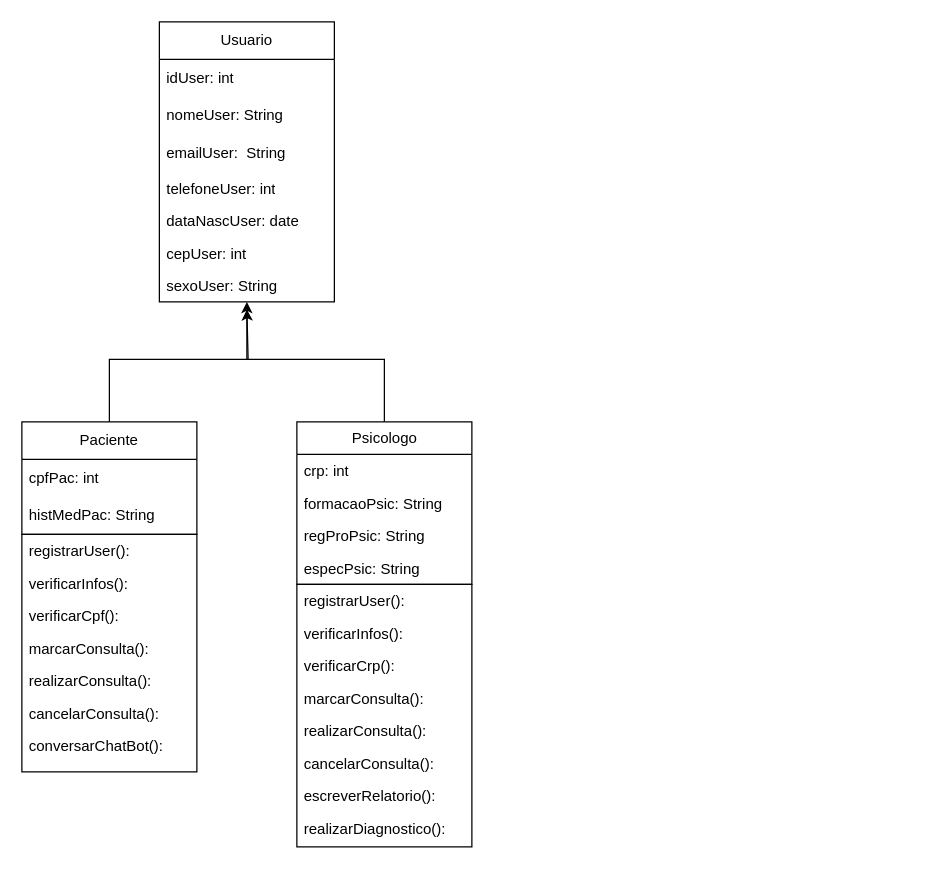
PENEzz/A.O.B.E.M keeps this draw.io diagram as Diagrama sem nome.drawio. Above is the earlier version. Source tidied: cells renumbered, new cells numbered last; positions are measured from the earlier drawing's top-left corner, leaving out a move shared by most shapes. Both pictures are drawn from the tidied source at 125%, with x=0, y=0 at pixel (21, 21).
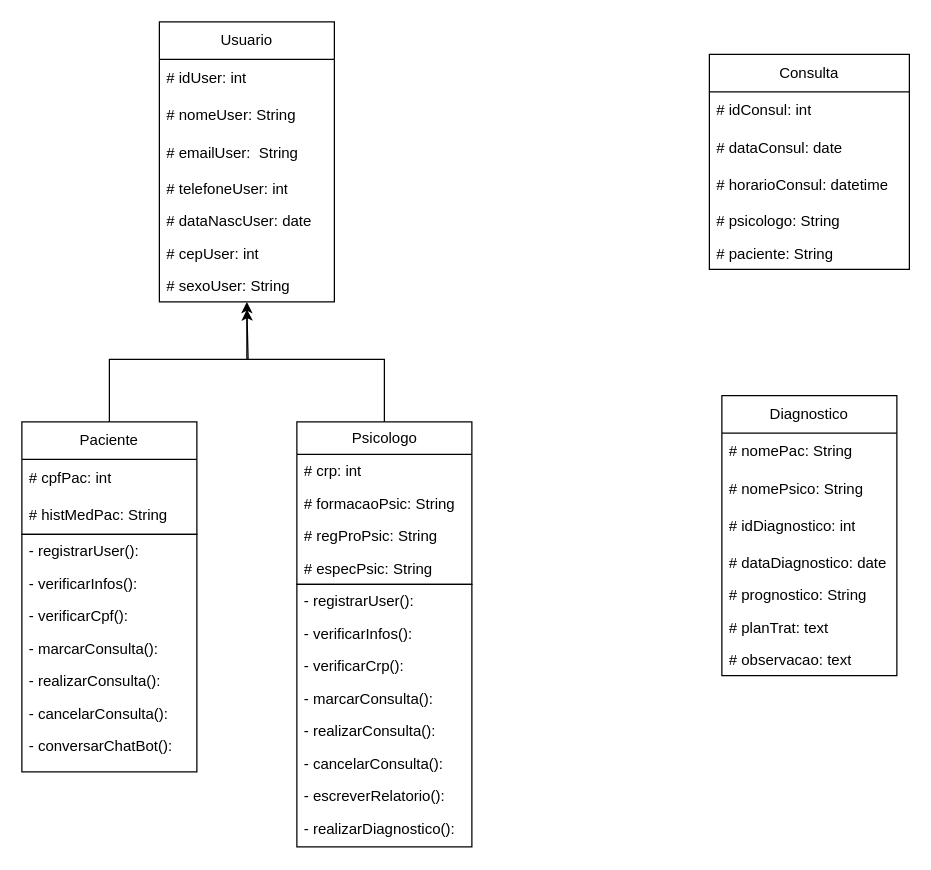
The same diagram, later.

Commit message (it also covers changes not shown here):
diagrama de classe

The change refers to these unchanged cells:
```xml
<mxCell id="2" value="Usuario" style="swimlane;fontStyle=0;horizontal=1;startSize=30;whiteSpace=wrap;html=1;" parent="1" vertex="1">
  <mxGeometry x="110" width="140" height="224" as="geometry" />
</mxCell>
<mxCell id="11" value="Paciente" style="swimlane;fontStyle=0;horizontal=1;startSize=30;whiteSpace=wrap;html=1;" parent="1" vertex="1">
  <mxGeometry y="320" width="140" height="90" as="geometry" />
</mxCell>
<mxCell id="15" value="Psicologo" style="swimlane;fontStyle=0;horizontal=1;startSize=26;fillColor=none;html=1;" parent="1" vertex="1">
  <mxGeometry x="220" y="320" width="140" height="130" as="geometry" />
</mxCell>
```

What changed in the source:
```diff
@@
-    <mxCell id="3" value="idUser: int" style="text;strokeColor=none;fillColor=none;align=left;verticalAlign=middle;spacingLeft=4;spacingRight=4;overflow=hidden;whiteSpace=wrap;html=1;" parent="2" vertex="1">
+    <mxCell id="3" value="# idUser: int" style="text;strokeColor=none;fillColor=none;align=left;verticalAlign=middle;spacingLeft=4;spacingRight=4;overflow=hidden;whiteSpace=wrap;html=1;" parent="2" vertex="1">
       <mxGeometry y="30" width="140" height="30" as="geometry" />
     </mxCell>
-    <mxCell id="4" value="nomeUser: String" style="text;strokeColor=none;fillColor=none;align=left;verticalAlign=middle;spacingLeft=4;spacingRight=4;overflow=hidden;whiteSpace=wrap;html=1;" parent="2" vertex="1">
+    <mxCell id="4" value="#&amp;nbsp;nomeUser: String" style="text;strokeColor=none;fillColor=none;align=left;verticalAlign=middle;spacingLeft=4;spacingRight=4;overflow=hidden;whiteSpace=wrap;html=1;" parent="2" vertex="1">
       <mxGeometry y="60" width="140" height="30" as="geometry" />
     </mxCell>
-    <mxCell id="5" value="emailUser:&amp;nbsp; String" style="text;strokeColor=none;fillColor=none;align=left;verticalAlign=middle;spacingLeft=4;spacingRight=4;overflow=hidden;whiteSpace=wrap;html=1;" parent="2" vertex="1">
+    <mxCell id="5" value="#&amp;nbsp;emailUser:&amp;nbsp; String" style="text;strokeColor=none;fillColor=none;align=left;verticalAlign=middle;spacingLeft=4;spacingRight=4;overflow=hidden;whiteSpace=wrap;html=1;" parent="2" vertex="1">
       <mxGeometry y="90" width="140" height="30" as="geometry" />
     </mxCell>
-    <mxCell id="6" value="telefoneUser: int" style="text;strokeColor=none;fillColor=none;align=left;verticalAlign=top;spacingLeft=4;spacingRight=4;overflow=hidden;whiteSpace=wrap;html=1;" parent="2" vertex="1">
+    <mxCell id="6" value="#&amp;nbsp;telefoneUser: int" style="text;strokeColor=none;fillColor=none;align=left;verticalAlign=top;spacingLeft=4;spacingRight=4;overflow=hidden;whiteSpace=wrap;html=1;" parent="2" vertex="1">
       <mxGeometry y="120" width="140" height="26" as="geometry" />
     </mxCell>
-    <mxCell id="7" value="dataNascUser: date" style="text;strokeColor=none;fillColor=none;align=left;verticalAlign=top;spacingLeft=4;spacingRight=4;overflow=hidden;whiteSpace=wrap;html=1;" parent="2" vertex="1">
+    <mxCell id="7" value="#&amp;nbsp;dataNascUser: date" style="text;strokeColor=none;fillColor=none;align=left;verticalAlign=top;spacingLeft=4;spacingRight=4;overflow=hidden;whiteSpace=wrap;html=1;" parent="2" vertex="1">
       <mxGeometry y="146" width="140" height="26" as="geometry" />
     </mxCell>
-    <mxCell id="8" value="cepUser: int" style="text;strokeColor=none;fillColor=none;align=left;verticalAlign=top;spacingLeft=4;spacingRight=4;overflow=hidden;whiteSpace=wrap;html=1;" parent="2" vertex="1">
+    <mxCell id="8" value="#&amp;nbsp;cepUser: int" style="text;strokeColor=none;fillColor=none;align=left;verticalAlign=top;spacingLeft=4;spacingRight=4;overflow=hidden;whiteSpace=wrap;html=1;" parent="2" vertex="1">
       <mxGeometry y="172" width="140" height="26" as="geometry" />
     </mxCell>
-    <mxCell id="9" value="sexoUser: String" style="text;strokeColor=none;fillColor=none;align=left;verticalAlign=top;spacingLeft=4;spacingRight=4;overflow=hidden;whiteSpace=wrap;html=1;" parent="2" vertex="1">
+    <mxCell id="9" value="#&amp;nbsp;sexoUser: String" style="text;strokeColor=none;fillColor=none;align=left;verticalAlign=top;spacingLeft=4;spacingRight=4;overflow=hidden;whiteSpace=wrap;html=1;" parent="2" vertex="1">
       <mxGeometry y="198" width="140" height="26" as="geometry" />
     </mxCell>
@@
-    <mxCell id="12" value="cpfPac: int" style="text;strokeColor=none;fillColor=none;align=left;verticalAlign=middle;spacingLeft=4;spacingRight=4;overflow=hidden;whiteSpace=wrap;html=1;" parent="11" vertex="1">
+    <mxCell id="12" value="#&amp;nbsp;cpfPac: int" style="text;strokeColor=none;fillColor=none;align=left;verticalAlign=middle;spacingLeft=4;spacingRight=4;overflow=hidden;whiteSpace=wrap;html=1;" parent="11" vertex="1">
       <mxGeometry y="30" width="140" height="30" as="geometry" />
     </mxCell>
-    <mxCell id="13" value="histMedPac: String" style="text;strokeColor=none;fillColor=none;align=left;verticalAlign=middle;spacingLeft=4;spacingRight=4;overflow=hidden;whiteSpace=wrap;html=1;" parent="11" vertex="1">
+    <mxCell id="13" value="#&amp;nbsp;histMedPac: String" style="text;strokeColor=none;fillColor=none;align=left;verticalAlign=middle;spacingLeft=4;spacingRight=4;overflow=hidden;whiteSpace=wrap;html=1;" parent="11" vertex="1">
       <mxGeometry y="60" width="140" height="30" as="geometry" />
     </mxCell>
@@
-    <mxCell id="16" value="crp: int" style="text;strokeColor=none;fillColor=none;align=left;verticalAlign=top;spacingLeft=4;spacingRight=4;overflow=hidden;whiteSpace=wrap;html=1;" parent="15" vertex="1">
+    <mxCell id="16" value="#&amp;nbsp;crp: int" style="text;strokeColor=none;fillColor=none;align=left;verticalAlign=top;spacingLeft=4;spacingRight=4;overflow=hidden;whiteSpace=wrap;html=1;" parent="15" vertex="1">
       <mxGeometry y="26" width="140" height="26" as="geometry" />
     </mxCell>
-    <mxCell id="17" value="formacaoPsic: String" style="text;strokeColor=none;fillColor=none;align=left;verticalAlign=top;spacingLeft=4;spacingRight=4;overflow=hidden;whiteSpace=wrap;html=1;" parent="15" vertex="1">
+    <mxCell id="17" value="#&amp;nbsp;formacaoPsic: String" style="text;strokeColor=none;fillColor=none;align=left;verticalAlign=top;spacingLeft=4;spacingRight=4;overflow=hidden;whiteSpace=wrap;html=1;" parent="15" vertex="1">
       <mxGeometry y="52" width="140" height="26" as="geometry" />
     </mxCell>
-    <mxCell id="18" value="regProPsic: String" style="text;strokeColor=none;fillColor=none;align=left;verticalAlign=top;spacingLeft=4;spacingRight=4;overflow=hidden;whiteSpace=wrap;html=1;" parent="15" vertex="1">
+    <mxCell id="18" value="#&amp;nbsp;regProPsic: String" style="text;strokeColor=none;fillColor=none;align=left;verticalAlign=top;spacingLeft=4;spacingRight=4;overflow=hidden;whiteSpace=wrap;html=1;" parent="15" vertex="1">
       <mxGeometry y="78" width="140" height="26" as="geometry" />
     </mxCell>
-    <mxCell id="19" value="especPsic: String" style="text;strokeColor=none;fillColor=none;align=left;verticalAlign=top;spacingLeft=4;spacingRight=4;overflow=hidden;whiteSpace=wrap;html=1;" parent="15" vertex="1">
+    <mxCell id="19" value="#&amp;nbsp;especPsic: String" style="text;strokeColor=none;fillColor=none;align=left;verticalAlign=top;spacingLeft=4;spacingRight=4;overflow=hidden;whiteSpace=wrap;html=1;" parent="15" vertex="1">
       <mxGeometry y="104" width="140" height="26" as="geometry" />
     </mxCell>
@@
-    <mxCell id="21" value="registrarUser():" style="text;strokeColor=none;fillColor=none;align=left;verticalAlign=top;spacingLeft=4;spacingRight=4;overflow=hidden;whiteSpace=wrap;html=1;" parent="1" vertex="1">
+    <mxCell id="21" value="-&amp;nbsp;registrarUser():" style="text;strokeColor=none;fillColor=none;align=left;verticalAlign=top;spacingLeft=4;spacingRight=4;overflow=hidden;whiteSpace=wrap;html=1;" parent="1" vertex="1">
       <mxGeometry y="410" width="150" height="26" as="geometry" />
     </mxCell>
-    <mxCell id="22" value="verificarInfos():" style="text;strokeColor=none;fillColor=none;align=left;verticalAlign=top;spacingLeft=4;spacingRight=4;overflow=hidden;whiteSpace=wrap;html=1;" parent="1" vertex="1">
+    <mxCell id="22" value="-&amp;nbsp;verificarInfos():" style="text;strokeColor=none;fillColor=none;align=left;verticalAlign=top;spacingLeft=4;spacingRight=4;overflow=hidden;whiteSpace=wrap;html=1;" parent="1" vertex="1">
       <mxGeometry y="436" width="170" height="26" as="geometry" />
     </mxCell>
-    <mxCell id="23" value="verificarCpf():" style="text;strokeColor=none;fillColor=none;align=left;verticalAlign=top;spacingLeft=4;spacingRight=4;overflow=hidden;whiteSpace=wrap;html=1;" parent="1" vertex="1">
+    <mxCell id="23" value="-&amp;nbsp;verificarCpf():" style="text;strokeColor=none;fillColor=none;align=left;verticalAlign=top;spacingLeft=4;spacingRight=4;overflow=hidden;whiteSpace=wrap;html=1;" parent="1" vertex="1">
       <mxGeometry y="462" width="140" height="26" as="geometry" />
     </mxCell>
-    <mxCell id="24" value="realizarConsulta():" style="text;strokeColor=none;fillColor=none;align=left;verticalAlign=top;spacingLeft=4;spacingRight=4;overflow=hidden;whiteSpace=wrap;html=1;" parent="1" vertex="1">
+    <mxCell id="24" value="-&amp;nbsp;realizarConsulta():" style="text;strokeColor=none;fillColor=none;align=left;verticalAlign=top;spacingLeft=4;spacingRight=4;overflow=hidden;whiteSpace=wrap;html=1;" parent="1" vertex="1">
       <mxGeometry y="514" width="160" height="26" as="geometry" />
     </mxCell>
-    <mxCell id="25" value="marcarConsulta():" style="text;strokeColor=none;fillColor=none;align=left;verticalAlign=top;spacingLeft=4;spacingRight=4;overflow=hidden;whiteSpace=wrap;html=1;" parent="1" vertex="1">
+    <mxCell id="25" value="-&amp;nbsp;marcarConsulta():" style="text;strokeColor=none;fillColor=none;align=left;verticalAlign=top;spacingLeft=4;spacingRight=4;overflow=hidden;whiteSpace=wrap;html=1;" parent="1" vertex="1">
       <mxGeometry y="488" width="140" height="26" as="geometry" />
     </mxCell>
-    <mxCell id="26" value="cancelarConsulta():" style="text;strokeColor=none;fillColor=none;align=left;verticalAlign=top;spacingLeft=4;spacingRight=4;overflow=hidden;whiteSpace=wrap;html=1;" parent="1" vertex="1">
+    <mxCell id="26" value="-&amp;nbsp;cancelarConsulta():" style="text;strokeColor=none;fillColor=none;align=left;verticalAlign=top;spacingLeft=4;spacingRight=4;overflow=hidden;whiteSpace=wrap;html=1;" parent="1" vertex="1">
       <mxGeometry y="540" width="160" height="26" as="geometry" />
     </mxCell>
-    <mxCell id="27" value="conversarChatBot():" style="text;strokeColor=none;fillColor=none;align=left;verticalAlign=top;spacingLeft=4;spacingRight=4;overflow=hidden;whiteSpace=wrap;html=1;" parent="1" vertex="1">
+    <mxCell id="27" value="-&amp;nbsp;conversarChatBot():" style="text;strokeColor=none;fillColor=none;align=left;verticalAlign=top;spacingLeft=4;spacingRight=4;overflow=hidden;whiteSpace=wrap;html=1;" parent="1" vertex="1">
       <mxGeometry y="566" width="140" height="26" as="geometry" />
     </mxCell>
@@
-    <mxCell id="29" value="registrarUser():" style="text;strokeColor=none;fillColor=none;align=left;verticalAlign=top;spacingLeft=4;spacingRight=4;overflow=hidden;whiteSpace=wrap;html=1;" parent="1" vertex="1">
+    <mxCell id="29" value="-&amp;nbsp;registrarUser():" style="text;strokeColor=none;fillColor=none;align=left;verticalAlign=top;spacingLeft=4;spacingRight=4;overflow=hidden;whiteSpace=wrap;html=1;" parent="1" vertex="1">
       <mxGeometry x="220" y="450" width="150" height="26" as="geometry" />
     </mxCell>
-    <mxCell id="30" value="verificarInfos():" style="text;strokeColor=none;fillColor=none;align=left;verticalAlign=top;spacingLeft=4;spacingRight=4;overflow=hidden;whiteSpace=wrap;html=1;" parent="1" vertex="1">
+    <mxCell id="30" value="-&amp;nbsp;verificarInfos():" style="text;strokeColor=none;fillColor=none;align=left;verticalAlign=top;spacingLeft=4;spacingRight=4;overflow=hidden;whiteSpace=wrap;html=1;" parent="1" vertex="1">
       <mxGeometry x="220" y="476" width="170" height="26" as="geometry" />
     </mxCell>
-    <mxCell id="31" value="verificarCrp():" style="text;strokeColor=none;fillColor=none;align=left;verticalAlign=top;spacingLeft=4;spacingRight=4;overflow=hidden;whiteSpace=wrap;html=1;" parent="1" vertex="1">
+    <mxCell id="31" value="-&amp;nbsp;verificarCrp():" style="text;strokeColor=none;fillColor=none;align=left;verticalAlign=top;spacingLeft=4;spacingRight=4;overflow=hidden;whiteSpace=wrap;html=1;" parent="1" vertex="1">
       <mxGeometry x="220" y="502" width="140" height="26" as="geometry" />
     </mxCell>
-    <mxCell id="32" value="marcarConsulta():" style="text;strokeColor=none;fillColor=none;align=left;verticalAlign=top;spacingLeft=4;spacingRight=4;overflow=hidden;whiteSpace=wrap;html=1;" parent="1" vertex="1">
+    <mxCell id="32" value="-&amp;nbsp;marcarConsulta():" style="text;strokeColor=none;fillColor=none;align=left;verticalAlign=top;spacingLeft=4;spacingRight=4;overflow=hidden;whiteSpace=wrap;html=1;" parent="1" vertex="1">
       <mxGeometry x="220" y="528" width="140" height="26" as="geometry" />
     </mxCell>
-    <mxCell id="33" value="realizarConsulta():" style="text;strokeColor=none;fillColor=none;align=left;verticalAlign=top;spacingLeft=4;spacingRight=4;overflow=hidden;whiteSpace=wrap;html=1;" parent="1" vertex="1">
+    <mxCell id="33" value="-&amp;nbsp;realizarConsulta():" style="text;strokeColor=none;fillColor=none;align=left;verticalAlign=top;spacingLeft=4;spacingRight=4;overflow=hidden;whiteSpace=wrap;html=1;" parent="1" vertex="1">
       <mxGeometry x="220" y="554" width="160" height="26" as="geometry" />
     </mxCell>
-    <mxCell id="34" value="cancelarConsulta():" style="text;strokeColor=none;fillColor=none;align=left;verticalAlign=top;spacingLeft=4;spacingRight=4;overflow=hidden;whiteSpace=wrap;html=1;" parent="1" vertex="1">
+    <mxCell id="34" value="-&amp;nbsp;cancelarConsulta():" style="text;strokeColor=none;fillColor=none;align=left;verticalAlign=top;spacingLeft=4;spacingRight=4;overflow=hidden;whiteSpace=wrap;html=1;" parent="1" vertex="1">
       <mxGeometry x="220" y="580" width="160" height="26" as="geometry" />
     </mxCell>
-    <mxCell id="35" value="escreverRelatorio():" style="text;strokeColor=none;fillColor=none;align=left;verticalAlign=top;spacingLeft=4;spacingRight=4;overflow=hidden;whiteSpace=wrap;html=1;" parent="1" vertex="1">
+    <mxCell id="35" value="-&amp;nbsp;escreverRelatorio():" style="text;strokeColor=none;fillColor=none;align=left;verticalAlign=top;spacingLeft=4;spacingRight=4;overflow=hidden;whiteSpace=wrap;html=1;" parent="1" vertex="1">
       <mxGeometry x="220" y="606" width="160" height="26" as="geometry" />
     </mxCell>
-    <mxCell id="36" value="realizarDiagnostico():" style="text;strokeColor=none;fillColor=none;align=left;verticalAlign=top;spacingLeft=4;spacingRight=4;overflow=hidden;whiteSpace=wrap;html=1;" parent="1" vertex="1">
+    <mxCell id="36" value="-&amp;nbsp;realizarDiagnostico():" style="text;strokeColor=none;fillColor=none;align=left;verticalAlign=top;spacingLeft=4;spacingRight=4;overflow=hidden;whiteSpace=wrap;html=1;" parent="1" vertex="1">
       <mxGeometry x="220" y="632" width="140" height="26" as="geometry" />
     </mxCell>
+    <mxCell id="37" value="Consulta" style="swimlane;fontStyle=0;horizontal=1;startSize=30;whiteSpace=wrap;html=1;" parent="1" vertex="1">
+      <mxGeometry x="550" y="26" width="160" height="172" as="geometry" />
+    </mxCell>
+    <mxCell id="38" value="#&amp;nbsp;idConsul: int" style="text;strokeColor=none;fillColor=none;align=left;verticalAlign=middle;spacingLeft=4;spacingRight=4;overflow=hidden;whiteSpace=wrap;html=1;" parent="37" vertex="1">
+      <mxGeometry y="30" width="160" height="30" as="geometry" />
+    </mxCell>
+    <mxCell id="39" value="#&amp;nbsp;dataConsul: date" style="text;strokeColor=none;fillColor=none;align=left;verticalAlign=middle;spacingLeft=4;spacingRight=4;overflow=hidden;whiteSpace=wrap;html=1;" parent="37" vertex="1">
+      <mxGeometry y="60" width="160" height="30" as="geometry" />
+    </mxCell>
+    <mxCell id="40" value="#&amp;nbsp;horarioConsul: datetime" style="text;strokeColor=none;fillColor=none;align=left;verticalAlign=middle;spacingLeft=4;spacingRight=4;overflow=hidden;whiteSpace=wrap;html=1;" parent="37" vertex="1">
+      <mxGeometry y="90" width="160" height="30" as="geometry" />
+    </mxCell>
+    <mxCell id="41" value="#&amp;nbsp;psicologo: String" style="text;strokeColor=none;fillColor=none;align=left;verticalAlign=top;spacingLeft=4;spacingRight=4;overflow=hidden;whiteSpace=wrap;html=1;" parent="37" vertex="1">
+      <mxGeometry y="120" width="160" height="26" as="geometry" />
+    </mxCell>
+    <mxCell id="42" value="#&amp;nbsp;paciente: String" style="text;strokeColor=none;fillColor=none;align=left;verticalAlign=top;spacingLeft=4;spacingRight=4;overflow=hidden;whiteSpace=wrap;html=1;" parent="37" vertex="1">
+      <mxGeometry y="146" width="160" height="26" as="geometry" />
+    </mxCell>
+    <mxCell id="43" value="Diagnostico" style="swimlane;fontStyle=0;horizontal=1;startSize=30;whiteSpace=wrap;html=1;" parent="1" vertex="1">
+      <mxGeometry x="560" y="299" width="140" height="224" as="geometry" />
+    </mxCell>
+    <mxCell id="44" value="# nomePac: String" style="text;strokeColor=none;fillColor=none;align=left;verticalAlign=middle;spacingLeft=4;spacingRight=4;overflow=hidden;whiteSpace=wrap;html=1;" parent="43" vertex="1">
+      <mxGeometry y="30" width="140" height="30" as="geometry" />
+    </mxCell>
+    <mxCell id="45" value="# nomePsico: String" style="text;strokeColor=none;fillColor=none;align=left;verticalAlign=middle;spacingLeft=4;spacingRight=4;overflow=hidden;whiteSpace=wrap;html=1;" parent="43" vertex="1">
+      <mxGeometry y="60" width="140" height="30" as="geometry" />
+    </mxCell>
+    <mxCell id="46" value="# idDiagnostico: int" style="text;strokeColor=none;fillColor=none;align=left;verticalAlign=middle;spacingLeft=4;spacingRight=4;overflow=hidden;whiteSpace=wrap;html=1;" parent="43" vertex="1">
+      <mxGeometry y="90" width="140" height="30" as="geometry" />
+    </mxCell>
+    <mxCell id="47" value="# dataDiagnostico: date" style="text;strokeColor=none;fillColor=none;align=left;verticalAlign=top;spacingLeft=4;spacingRight=4;overflow=hidden;whiteSpace=wrap;html=1;" parent="43" vertex="1">
+      <mxGeometry y="120" width="140" height="26" as="geometry" />
+    </mxCell>
+    <mxCell id="48" value="# prognostico: String" style="text;strokeColor=none;fillColor=none;align=left;verticalAlign=top;spacingLeft=4;spacingRight=4;overflow=hidden;whiteSpace=wrap;html=1;" parent="43" vertex="1">
+      <mxGeometry y="146" width="140" height="26" as="geometry" />
+    </mxCell>
+    <mxCell id="49" value="# planTrat: text" style="text;strokeColor=none;fillColor=none;align=left;verticalAlign=top;spacingLeft=4;spacingRight=4;overflow=hidden;whiteSpace=wrap;html=1;" parent="43" vertex="1">
+      <mxGeometry y="172" width="140" height="26" as="geometry" />
+    </mxCell>
+    <mxCell id="50" value="# observacao: text" style="text;strokeColor=none;fillColor=none;align=left;verticalAlign=top;spacingLeft=4;spacingRight=4;overflow=hidden;whiteSpace=wrap;html=1;" parent="43" vertex="1">
+      <mxGeometry y="198" width="140" height="26" as="geometry" />
+    </mxCell>
```
